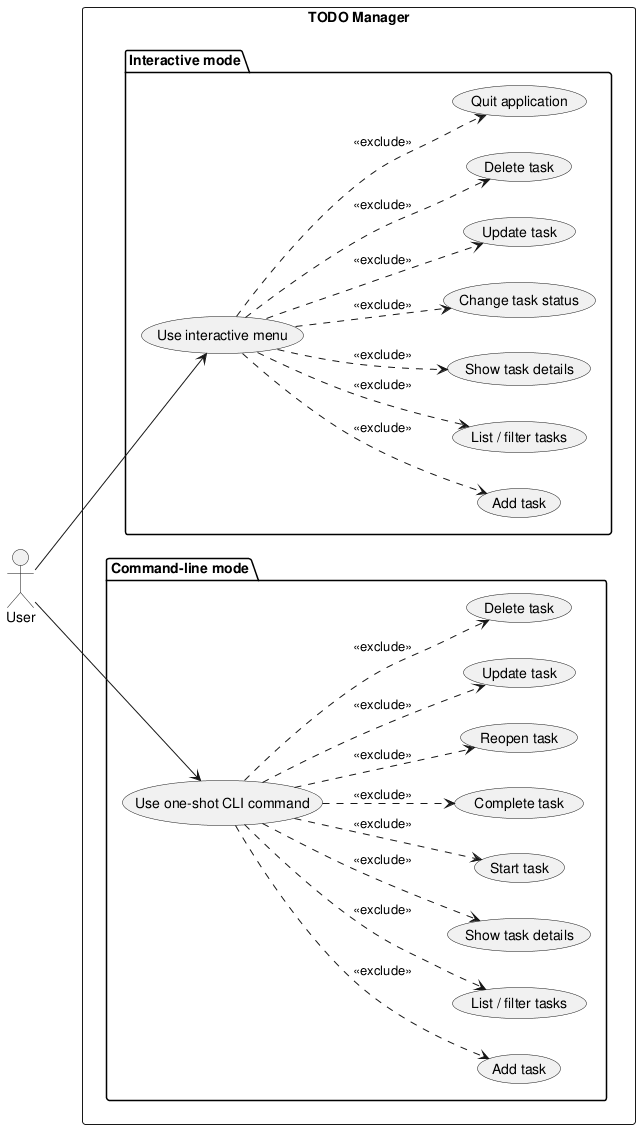
The PlantUML diagram experiments/pipeline/user_stories/TODO/artifacts/use_case_diagram.png in DanielRiha8906/Software_autoevolution_using_agents, before a commit. The source it was exported from:
```plantuml
@startuml use_case_diagram

left to right direction

actor User

rectangle "TODO Manager" {

  package "Interactive mode" {
    usecase "Use interactive menu" as UI
    usecase "Add task" as I_ADD
    usecase "List / filter tasks" as I_LIST
    usecase "Show task details" as I_SHOW
    usecase "Change task status" as I_STATUS
    usecase "Update task" as I_UPDATE
    usecase "Delete task" as I_DELETE
    usecase "Quit application" as I_QUIT
  }

  package "Command-line mode" {
    usecase "Use one-shot CLI command" as CLI
    usecase "Add task" as C_ADD
    usecase "List / filter tasks" as C_LIST
    usecase "Show task details" as C_SHOW
    usecase "Start task" as C_START
    usecase "Complete task" as C_DONE
    usecase "Reopen task" as C_REOPEN
    usecase "Update task" as C_UPDATE
    usecase "Delete task" as C_DELETE
  }
}

User --> UI
User --> CLI

UI ..> I_ADD    : <<exclude>>
UI ..> I_LIST   : <<exclude>>
UI ..> I_SHOW   : <<exclude>>
UI ..> I_STATUS : <<exclude>>
UI ..> I_UPDATE : <<exclude>>
UI ..> I_DELETE : <<exclude>>
UI ..> I_QUIT   : <<exclude>>

CLI ..> C_ADD    : <<exclude>>
CLI ..> C_LIST   : <<exclude>>
CLI ..> C_SHOW   : <<exclude>>
CLI ..> C_START  : <<exclude>>
CLI ..> C_DONE   : <<exclude>>
CLI ..> C_REOPEN : <<exclude>>
CLI ..> C_UPDATE : <<exclude>>
CLI ..> C_DELETE : <<exclude>>

@enduml
```
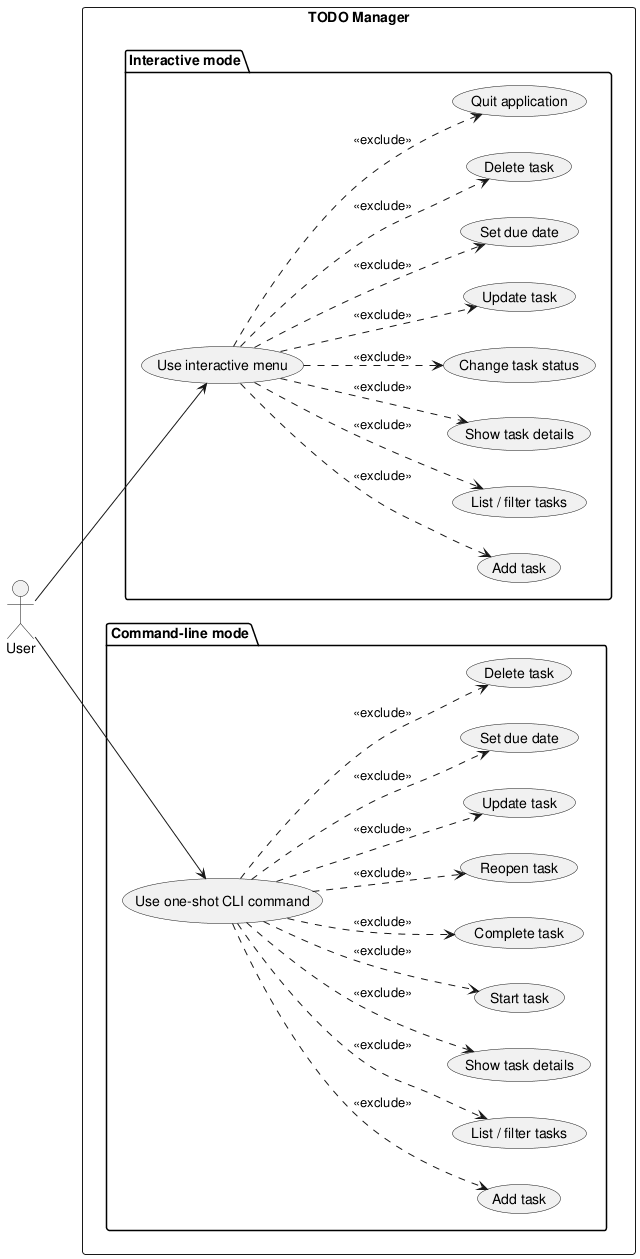
Later version of the same file.

The edit, as a diff of the source:
```diff
@@ -13,6 +13,7 @@
     usecase "Show task details" as I_SHOW
     usecase "Change task status" as I_STATUS
     usecase "Update task" as I_UPDATE
+    usecase "Set due date" as I_DUEDATE
     usecase "Delete task" as I_DELETE
     usecase "Quit application" as I_QUIT
   }
@@ -26,6 +27,7 @@
     usecase "Complete task" as C_DONE
     usecase "Reopen task" as C_REOPEN
     usecase "Update task" as C_UPDATE
+    usecase "Set due date" as C_DUEDATE
     usecase "Delete task" as C_DELETE
   }
 }
@@ -33,21 +35,23 @@
 User --> UI
 User --> CLI
 
-UI ..> I_ADD    : <<exclude>>
-UI ..> I_LIST   : <<exclude>>
-UI ..> I_SHOW   : <<exclude>>
-UI ..> I_STATUS : <<exclude>>
-UI ..> I_UPDATE : <<exclude>>
-UI ..> I_DELETE : <<exclude>>
-UI ..> I_QUIT   : <<exclude>>
+UI ..> I_ADD      : <<exclude>>
+UI ..> I_LIST     : <<exclude>>
+UI ..> I_SHOW     : <<exclude>>
+UI ..> I_STATUS   : <<exclude>>
+UI ..> I_UPDATE   : <<exclude>>
+UI ..> I_DUEDATE  : <<exclude>>
+UI ..> I_DELETE   : <<exclude>>
+UI ..> I_QUIT     : <<exclude>>
 
-CLI ..> C_ADD    : <<exclude>>
-CLI ..> C_LIST   : <<exclude>>
-CLI ..> C_SHOW   : <<exclude>>
-CLI ..> C_START  : <<exclude>>
-CLI ..> C_DONE   : <<exclude>>
-CLI ..> C_REOPEN : <<exclude>>
-CLI ..> C_UPDATE : <<exclude>>
-CLI ..> C_DELETE : <<exclude>>
+CLI ..> C_ADD     : <<exclude>>
+CLI ..> C_LIST    : <<exclude>>
+CLI ..> C_SHOW    : <<exclude>>
+CLI ..> C_START   : <<exclude>>
+CLI ..> C_DONE    : <<exclude>>
+CLI ..> C_REOPEN  : <<exclude>>
+CLI ..> C_UPDATE  : <<exclude>>
+CLI ..> C_DUEDATE : <<exclude>>
+CLI ..> C_DELETE  : <<exclude>>
 
 @enduml
```
